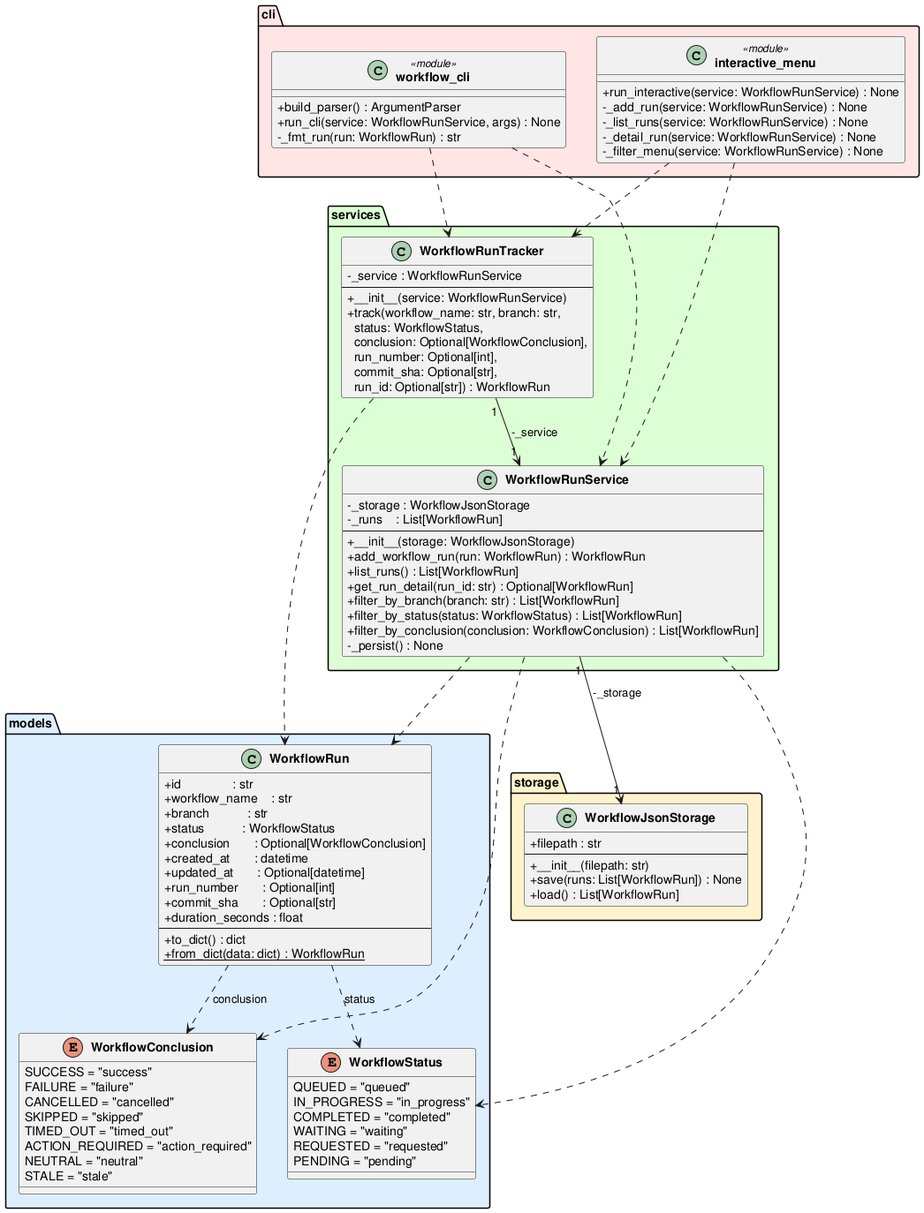
Earlier version of the PlantUML export experiments/broadcast/user_stories/github-workflow-manager/artifacts/class_diagram.png (DanielRiha8906/Software_autoevolution_using_agents).
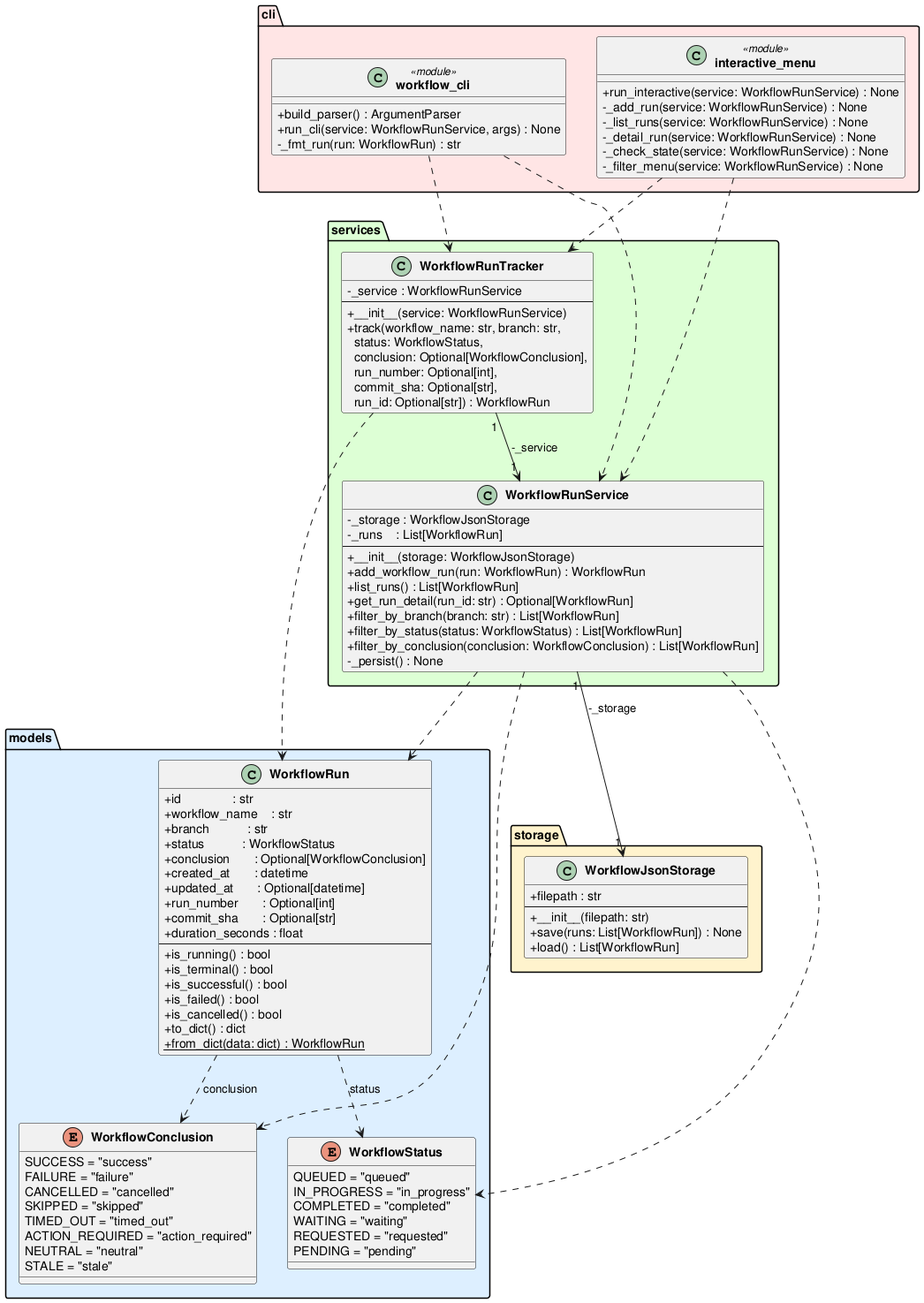
The same file after the commit.

The edit, as a diff of the source:
```diff
@@ -36,6 +36,11 @@
         +commit_sha       : Optional[str]
         +duration_seconds : float
         --
+        +is_running() : bool
+        +is_terminal() : bool
+        +is_successful() : bool
+        +is_failed() : bool
+        +is_cancelled() : bool
         +to_dict() : dict
         +{static} from_dict(data: dict) : WorkflowRun
     }
@@ -86,6 +91,7 @@
         -_add_run(service: WorkflowRunService) : None
         -_list_runs(service: WorkflowRunService) : None
         -_detail_run(service: WorkflowRunService) : None
+        -_check_state(service: WorkflowRunService) : None
         -_filter_menu(service: WorkflowRunService) : None
     }
 }
```
